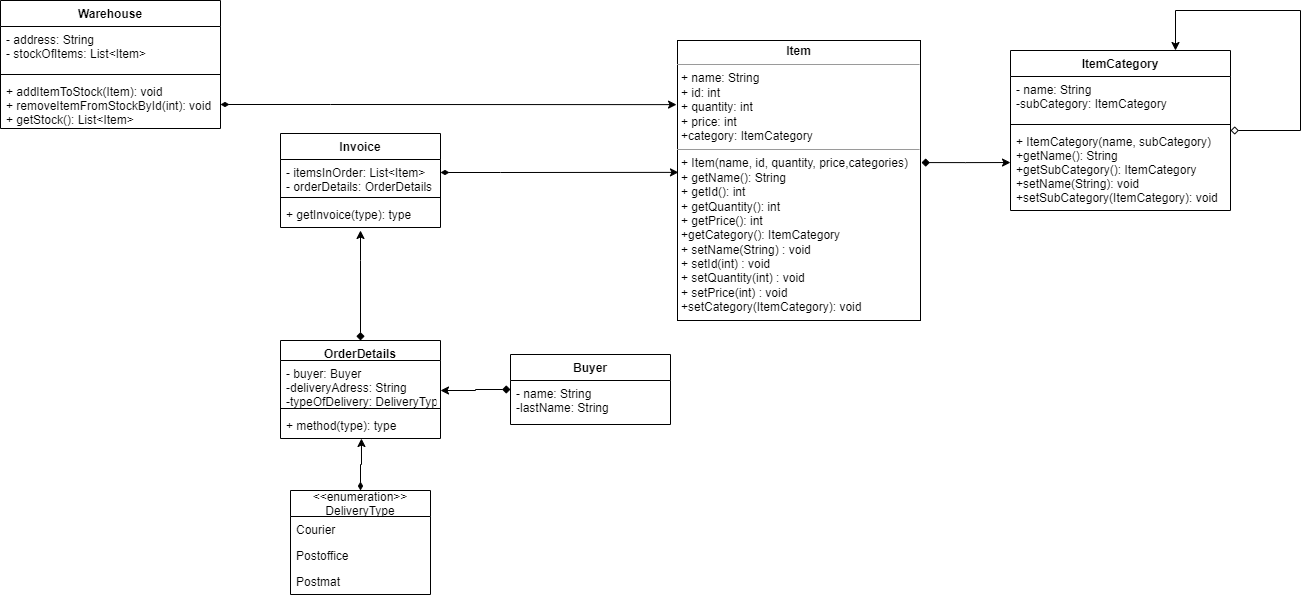
The draw.io diagram WarehouseUML.drawio.png in vl4dikk/uml-warehouse, before a commit. Source tidied: cells renumbered, new cells last; positions are measured from the earlier drawing's top-left corner, leaving out a move shared by most shapes.
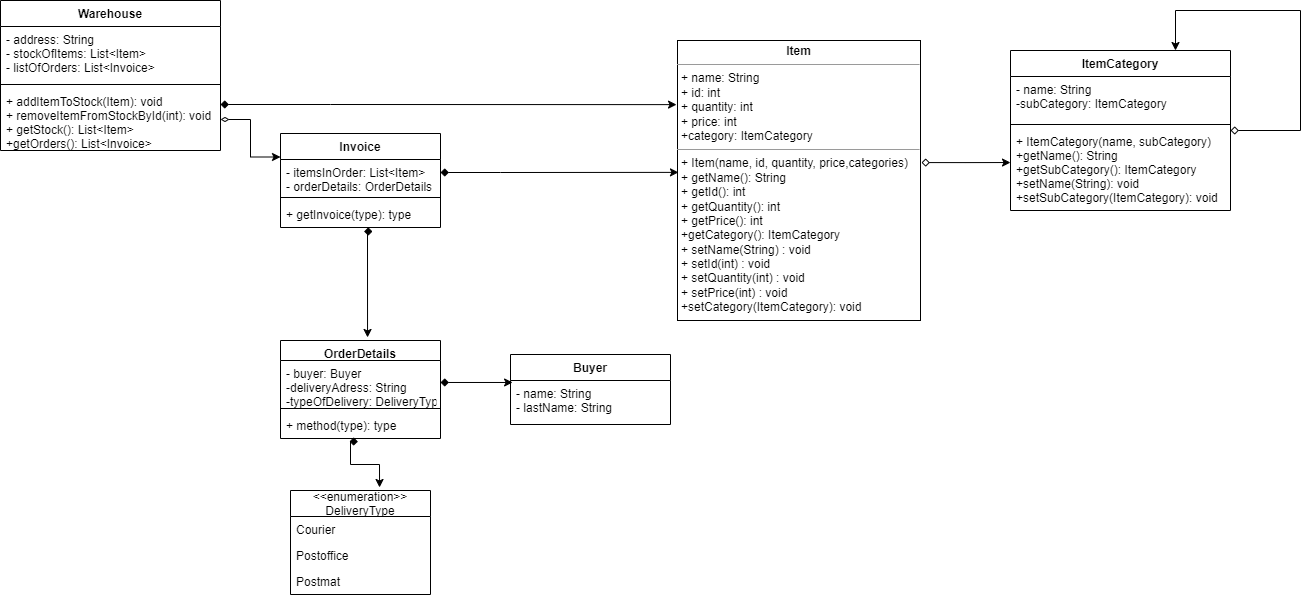
Above is the later version.

What changed in the source:
```diff
@@ -2,7 +2,7 @@
   <root>
     <mxCell id="0" />
     <mxCell id="1" parent="0" />
-    <mxCell id="2" style="edgeStyle=orthogonalEdgeStyle;rounded=0;jettySize=auto;html=1;startArrow=diamond;startFill=1;exitX=1.004;exitY=0.436;exitDx=0;exitDy=0;exitPerimeter=0;entryX=0;entryY=0.415;entryDx=0;entryDy=0;entryPerimeter=0;" parent="1" edge="1" source="3" target="8">
+    <mxCell id="2" style="edgeStyle=orthogonalEdgeStyle;rounded=0;jettySize=auto;html=1;startArrow=diamond;startFill=0;exitX=1.004;exitY=0.436;exitDx=0;exitDy=0;exitPerimeter=0;entryX=0;entryY=0.415;entryDx=0;entryDy=0;entryPerimeter=0;" parent="1" edge="1" source="3" target="8">
       <mxGeometry relative="1" as="geometry" />
     </mxCell>
     <mxCell id="3" value="&lt;p style=&quot;margin:0px;margin-top:4px;text-align:center;&quot;&gt;&lt;b&gt;Item&lt;/b&gt;&lt;/p&gt;&lt;hr size=&quot;1&quot;&gt;&lt;p style=&quot;margin:0px;margin-left:4px;&quot;&gt;+ name: String&lt;/p&gt;&lt;p style=&quot;margin:0px;margin-left:4px;&quot;&gt;+ id: int&lt;/p&gt;&lt;p style=&quot;margin:0px;margin-left:4px;&quot;&gt;+ quantity: int&lt;/p&gt;&lt;p style=&quot;margin:0px;margin-left:4px;&quot;&gt;+ price: int&lt;/p&gt;&lt;p style=&quot;margin:0px;margin-left:4px;&quot;&gt;+category: ItemCategory&lt;/p&gt;&lt;hr size=&quot;1&quot;&gt;&lt;p style=&quot;margin:0px;margin-left:4px;&quot;&gt;+ Item(name, id, quantity, price,categories)&lt;/p&gt;&lt;p style=&quot;margin:0px;margin-left:4px;&quot;&gt;+ getName(): String&lt;/p&gt;&lt;p style=&quot;margin:0px;margin-left:4px;&quot;&gt;+ getId(): int&lt;/p&gt;&lt;p style=&quot;margin:0px;margin-left:4px;&quot;&gt;+ getQuantity(): int&lt;/p&gt;&lt;p style=&quot;margin:0px;margin-left:4px;&quot;&gt;+ getPrice(): int&lt;/p&gt;&lt;p style=&quot;margin:0px;margin-left:4px;&quot;&gt;+getCategory(): ItemCategory&lt;/p&gt;&lt;p style=&quot;margin:0px;margin-left:4px;&quot;&gt;+ setName(String) : void&lt;/p&gt;&lt;p style=&quot;margin:0px;margin-left:4px;&quot;&gt;+ setId(int) : void&lt;/p&gt;&lt;p style=&quot;margin:0px;margin-left:4px;&quot;&gt;+ setQuantity(int) : void&lt;/p&gt;&lt;p style=&quot;margin:0px;margin-left:4px;&quot;&gt;+ setPrice(int) : void&lt;/p&gt;&lt;p style=&quot;margin:0px;margin-left:4px;&quot;&gt;+setCategory(ItemCategory): void&lt;/p&gt;" style="verticalAlign=top;align=left;overflow=fill;fontSize=12;fontFamily=Helvetica;html=1;" parent="1" vertex="1">
@@ -41,14 +41,6 @@
     <mxCell id="12" value="+ getInvoice(type): type" style="text;strokeColor=none;fillColor=none;align=left;verticalAlign=top;spacingLeft=4;spacingRight=4;overflow=hidden;points=[[0,0.5],[1,0.5]];portConstraint=eastwest;" parent="9" vertex="1">
       <mxGeometry y="68" width="160" height="26" as="geometry" />
     </mxCell>
-    <mxCell id="13" style="edgeStyle=orthogonalEdgeStyle;rounded=0;jettySize=auto;html=1;entryX=0.5;entryY=1.115;entryDx=0;entryDy=0;entryPerimeter=0;startArrow=diamond;startFill=1;" parent="1" edge="1" source="14" target="12">
-      <mxGeometry relative="1" as="geometry">
-        <Array as="points">
-          <mxPoint x="360" y="260" />
-          <mxPoint x="360" y="260" />
-        </Array>
-      </mxGeometry>
-    </mxCell>
     <mxCell id="14" value="OrderDetails" style="swimlane;fontStyle=1;align=center;verticalAlign=top;horizontal=1;startSize=20;" parent="1" vertex="1">
       <mxGeometry x="280" y="340" width="160" height="98" as="geometry" />
     </mxCell>
@@ -61,9 +53,6 @@
     <mxCell id="17" value="+ method(type): type" style="text;strokeColor=none;fillColor=none;align=left;verticalAlign=top;spacingLeft=4;spacingRight=4;overflow=hidden;points=[[0,0.5],[1,0.5]];portConstraint=eastwest;" parent="14" vertex="1">
       <mxGeometry y="72" width="160" height="26" as="geometry" />
     </mxCell>
-    <mxCell id="18" style="edgeStyle=orthogonalEdgeStyle;rounded=0;jettySize=auto;html=1;entryX=0.506;entryY=1;entryDx=0;entryDy=0;entryPerimeter=0;startArrow=diamondThin;startFill=1;" parent="1" edge="1" source="19" target="17">
-      <mxGeometry relative="1" as="geometry" />
-    </mxCell>
     <mxCell id="19" value="&lt;&lt;enumeration&gt;&gt;&#10;DeliveryType" style="swimlane;fontStyle=0;horizontal=1;startSize=26;fillColor=none;" parent="1" vertex="1">
       <mxGeometry x="290" y="490" width="140" height="104" as="geometry" />
     </mxCell>
@@ -76,30 +65,25 @@
     <mxCell id="22" value="Postmat" style="text;strokeColor=none;fillColor=none;align=left;verticalAlign=top;spacingLeft=4;spacingRight=4;overflow=hidden;" parent="19" vertex="1">
       <mxGeometry y="78" width="140" height="26" as="geometry" />
     </mxCell>
-    <mxCell id="23" style="edgeStyle=orthogonalEdgeStyle;rounded=0;jettySize=auto;html=1;startArrow=diamond;startFill=1;" parent="1" edge="1" source="24">
-      <mxGeometry relative="1" as="geometry">
-        <mxPoint x="440" y="390" as="targetPoint" />
-      </mxGeometry>
-    </mxCell>
     <mxCell id="24" value="Buyer" style="swimlane;fontStyle=1;align=center;verticalAlign=top;horizontal=1;startSize=26;" parent="1" vertex="1">
       <mxGeometry x="510" y="354" width="160" height="70" as="geometry" />
     </mxCell>
-    <mxCell id="25" value="- name: String&#10;-lastName: String" style="text;strokeColor=none;fillColor=none;align=left;verticalAlign=top;spacingLeft=4;spacingRight=4;overflow=hidden;points=[[0,0.5],[1,0.5]];portConstraint=eastwest;" parent="24" vertex="1">
+    <mxCell id="25" value="- name: String&#10;- lastName: String" style="text;strokeColor=none;fillColor=none;align=left;verticalAlign=top;spacingLeft=4;spacingRight=4;overflow=hidden;points=[[0,0.5],[1,0.5]];portConstraint=eastwest;" parent="24" vertex="1">
       <mxGeometry y="26" width="160" height="44" as="geometry" />
     </mxCell>
     <mxCell id="26" value="Warehouse" style="swimlane;fontStyle=1;align=center;verticalAlign=top;horizontal=1;startSize=26;" parent="1" vertex="1">
-      <mxGeometry width="220" height="128" as="geometry" />
+      <mxGeometry width="220" height="150" as="geometry" />
     </mxCell>
-    <mxCell id="27" value="- address: String&#10;- stockOfItems: List&lt;Item&gt;" style="text;strokeColor=none;fillColor=none;align=left;verticalAlign=top;spacingLeft=4;spacingRight=4;overflow=hidden;" parent="26" vertex="1">
-      <mxGeometry y="26" width="220" height="44" as="geometry" />
+    <mxCell id="27" value="- address: String&#10;- stockOfItems: List&lt;Item&gt;&#10;- listOfOrders: List&lt;Invoice&gt;" style="text;strokeColor=none;fillColor=none;align=left;verticalAlign=top;spacingLeft=4;spacingRight=4;overflow=hidden;" parent="26" vertex="1">
+      <mxGeometry y="26" width="220" height="54" as="geometry" />
     </mxCell>
     <mxCell id="28" style="line;strokeWidth=1;fillColor=none;align=left;verticalAlign=middle;spacingTop=-1;spacingLeft=3;spacingRight=3;labelPosition=right;strokeColor=inherit;" parent="26" vertex="1">
-      <mxGeometry y="70" width="220" height="8" as="geometry" />
+      <mxGeometry y="80" width="220" height="8" as="geometry" />
     </mxCell>
-    <mxCell id="29" value="+ addItemToStock(Item): void&#10;+ removeItemFromStockById(int): void&#10;+ getStock(): List&lt;Item&gt;" style="text;strokeColor=none;fillColor=none;align=left;verticalAlign=top;spacingLeft=4;spacingRight=4;overflow=hidden;points=[[0,0.5],[1,0.5]];portConstraint=eastwest;" parent="26" vertex="1">
-      <mxGeometry y="78" width="220" height="50" as="geometry" />
+    <mxCell id="29" value="+ addItemToStock(Item): void&#10;+ removeItemFromStockById(int): void&#10;+ getStock(): List&lt;Item&gt;&#10;+getOrders(): List&lt;Invoice&gt;" style="text;strokeColor=none;fillColor=none;align=left;verticalAlign=top;spacingLeft=4;spacingRight=4;overflow=hidden;points=[[0,0.5],[1,0.5]];portConstraint=eastwest;" parent="26" vertex="1">
+      <mxGeometry y="88" width="220" height="62" as="geometry" />
     </mxCell>
-    <mxCell id="30" style="edgeStyle=orthogonalEdgeStyle;rounded=0;jettySize=auto;html=1;entryX=-0.004;entryY=0.229;entryDx=0;entryDy=0;entryPerimeter=0;startArrow=diamondThin;startFill=1;" parent="1" edge="1" source="29" target="3">
+    <mxCell id="30" style="edgeStyle=orthogonalEdgeStyle;rounded=0;jettySize=auto;html=1;entryX=-0.004;entryY=0.229;entryDx=0;entryDy=0;entryPerimeter=0;startArrow=diamond;startFill=1;" parent="1" edge="1" source="29" target="3">
       <mxGeometry relative="1" as="geometry">
         <Array as="points">
           <mxPoint x="330" y="104" />
@@ -107,7 +91,7 @@
         </Array>
       </mxGeometry>
     </mxCell>
-    <mxCell id="31" style="edgeStyle=orthogonalEdgeStyle;rounded=0;jettySize=auto;html=1;entryX=0.004;entryY=0.471;entryDx=0;entryDy=0;entryPerimeter=0;startArrow=diamondThin;startFill=1;" parent="1" edge="1" source="10" target="3">
+    <mxCell id="31" style="edgeStyle=orthogonalEdgeStyle;rounded=0;jettySize=auto;html=1;entryX=0.004;entryY=0.471;entryDx=0;entryDy=0;entryPerimeter=0;startArrow=diamond;startFill=1;" parent="1" edge="1" source="10" target="3">
       <mxGeometry relative="1" as="geometry">
         <Array as="points">
           <mxPoint x="500" y="172" />
@@ -115,5 +99,27 @@
         </Array>
       </mxGeometry>
     </mxCell>
+    <mxCell id="32" style="edgeStyle=orthogonalEdgeStyle;rounded=0;jettySize=auto;html=1;entryX=0.013;entryY=0.045;entryDx=0;entryDy=0;entryPerimeter=0;startArrow=diamond;startFill=1;" parent="1" edge="1" source="15" target="25">
+      <mxGeometry relative="1" as="geometry" />
+    </mxCell>
+    <mxCell id="33" style="edgeStyle=orthogonalEdgeStyle;rounded=0;jettySize=auto;html=1;entryX=0.636;entryY=-0.029;entryDx=0;entryDy=0;entryPerimeter=0;startArrow=diamond;startFill=1;exitX=0.431;exitY=1.115;exitDx=0;exitDy=0;exitPerimeter=0;" parent="1" edge="1" source="17" target="19">
+      <mxGeometry relative="1" as="geometry">
+        <Array as="points">
+          <mxPoint x="350" y="441" />
+          <mxPoint x="350" y="464" />
+          <mxPoint x="379" y="464" />
+        </Array>
+      </mxGeometry>
+    </mxCell>
+    <mxCell id="34" style="edgeStyle=orthogonalEdgeStyle;rounded=0;jettySize=auto;html=1;entryX=0.544;entryY=-0.031;entryDx=0;entryDy=0;entryPerimeter=0;startArrow=diamond;startFill=1;exitX=0.575;exitY=1.154;exitDx=0;exitDy=0;exitPerimeter=0;" parent="1" edge="1" source="12" target="14">
+      <mxGeometry relative="1" as="geometry">
+        <Array as="points">
+          <mxPoint x="367" y="231" />
+        </Array>
+      </mxGeometry>
+    </mxCell>
+    <mxCell id="35" style="edgeStyle=orthogonalEdgeStyle;rounded=0;jettySize=auto;html=1;entryX=0;entryY=0.25;entryDx=0;entryDy=0;startArrow=diamondThin;startFill=0;" parent="1" edge="1" source="29" target="9">
+      <mxGeometry relative="1" as="geometry" />
+    </mxCell>
   </root>
 </mxGraphModel>
```
